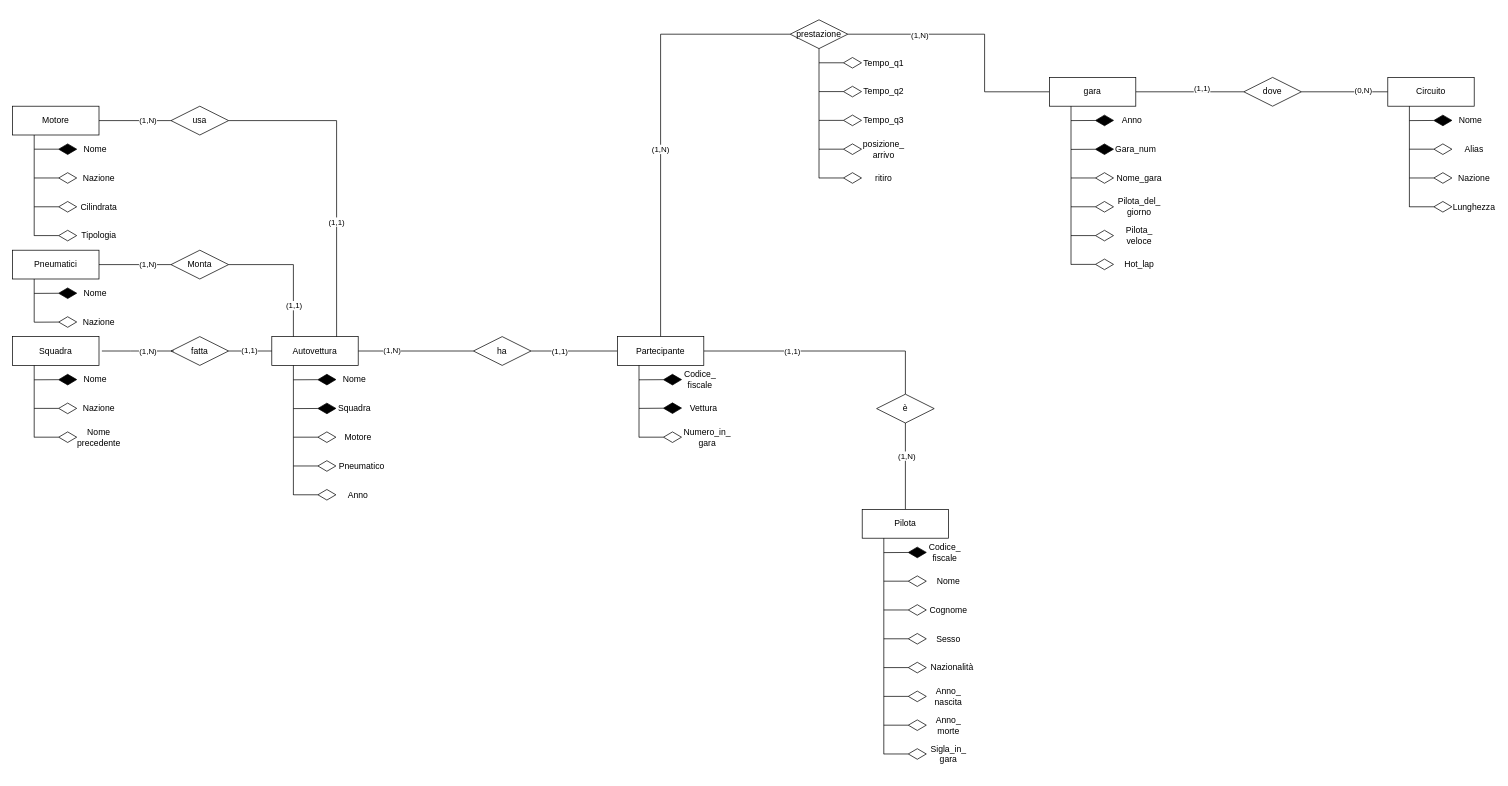
The draw.io diagram Schema Logico.drawio in checco296/ProgettoBasi, before the edit. Source tidied: cells renumbered, new cells numbered last; positions are measured from the earlier drawing's top-left corner, leaving out a move shared by most shapes. Both pictures are drawn from the tidied source at 72%, with x=0, y=0 at pixel (12, 12).
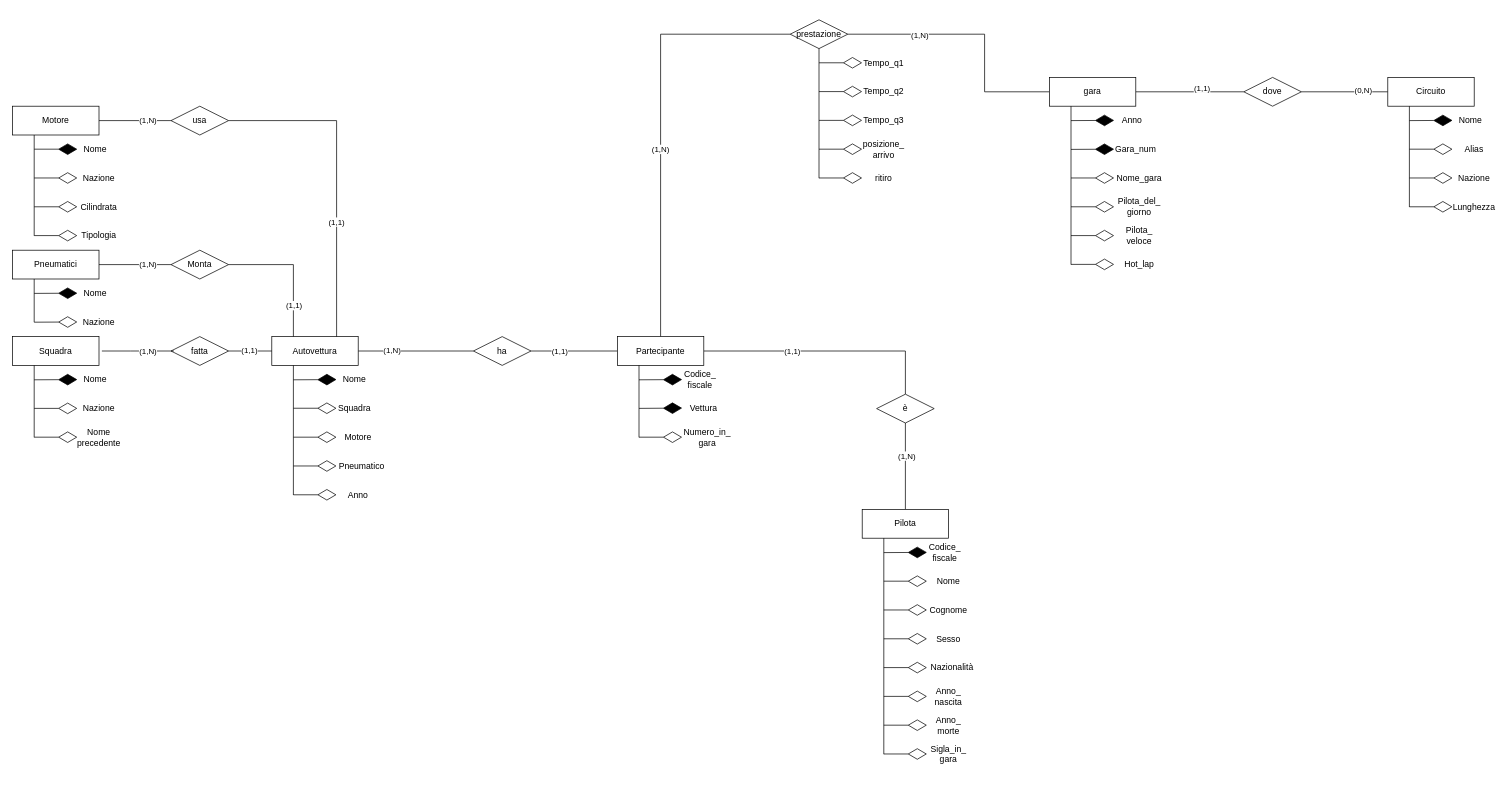
Above is the later version.

Diff of the diagram source:
```diff
@@
-    <mxCell id="65" style="endArrow=diamondThin;endFill=1;endSize=24;html=1;rounded=0;" parent="1" edge="1">
-      <mxGeometry relative="1" as="geometry">
-        <mxPoint x="390" y="550" as="sourcePoint" />
-        <mxPoint x="450" y="549.7" as="targetPoint" />
-      </mxGeometry>
-    </mxCell>
@@
+    <mxCell id="138" style="endArrow=diamondThin;endFill=0;endSize=24;html=1;rounded=0;" parent="1" edge="1">
+      <mxGeometry relative="1" as="geometry">
+        <mxPoint x="390" y="549.5" as="sourcePoint" />
+        <mxPoint x="450" y="549.5" as="targetPoint" />
+      </mxGeometry>
+    </mxCell>
```
